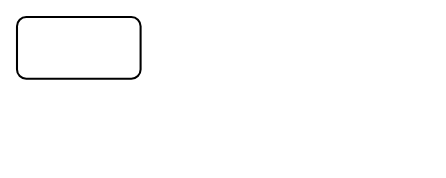
Earlier version of the draw.io diagram Netty相关知识.drawio (zhangtong0512/drawio). Source tidied: cells renumbered, new cells numbered last; positions are measured from the earlier drawing's top-left corner, leaving out a move shared by most shapes. Both pictures are drawn from the tidied source at 103%, with x=0, y=0 at pixel (16, 16).
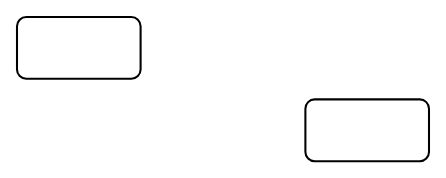
The same diagram, later.

Commit message (it also covers changes not shown here):
更新Netty相关知识.drawio

The edit, as a diff of the source:
```diff
@@
 <mxGraphModel>
   <root>
     <mxCell id="0" />
     <mxCell id="1" parent="0" />
     <mxCell id="2" style="rounded=1;whiteSpace=wrap;html=1;strokeWidth=2;" parent="1" vertex="1">
       <mxGeometry width="120" height="60" as="geometry" />
     </mxCell>
+    <mxCell id="3" style="rounded=1;whiteSpace=wrap;html=1;sketch=0;strokeWidth=2;" parent="1" vertex="1">
+      <mxGeometry x="280" y="80" width="120" height="60" as="geometry" />
+    </mxCell>
   </root>
 </mxGraphModel>
```
